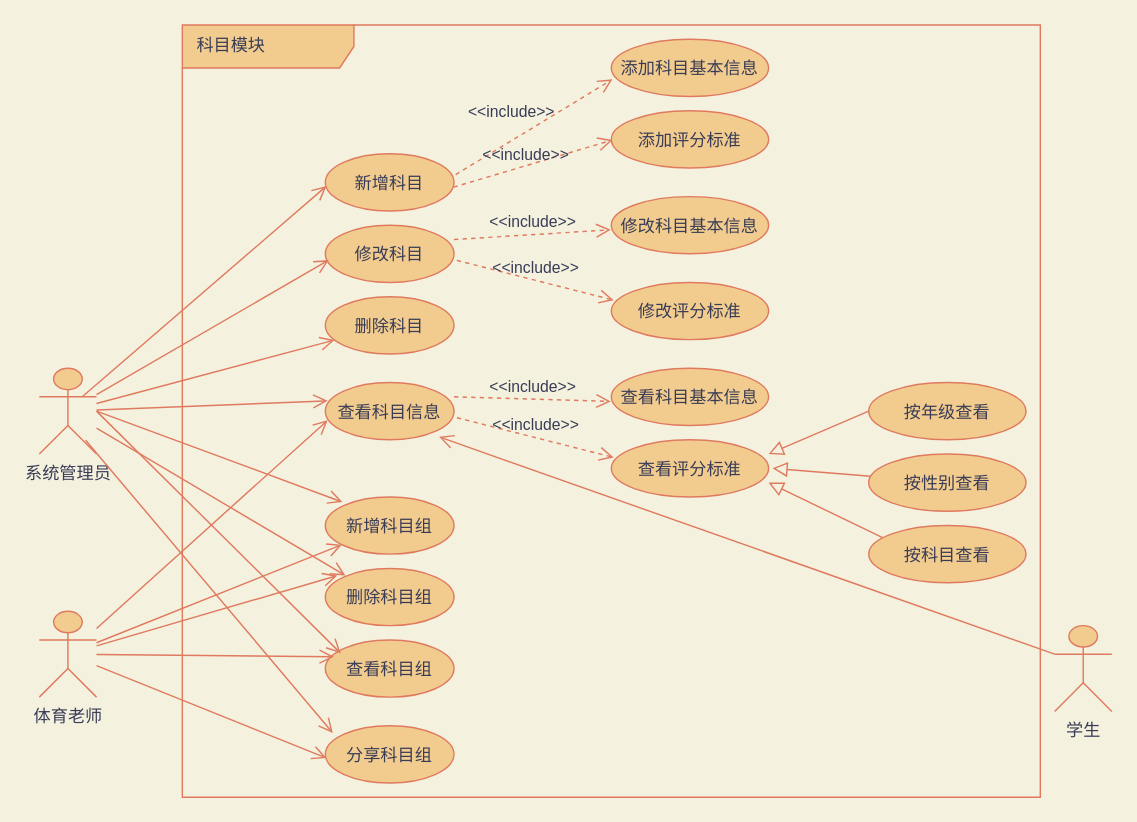
The draw.io diagram docs/img-raw/需求分析/科目模块用例图.drawio in rufeng-h/healthman, before the edit. Source tidied: cells renumbered, new cells numbered last; positions are measured from the earlier drawing's top-left corner, leaving out a move shared by most shapes. Both pictures are drawn from the tidied source at 143%, with x=0, y=0 at pixel (39, 24).
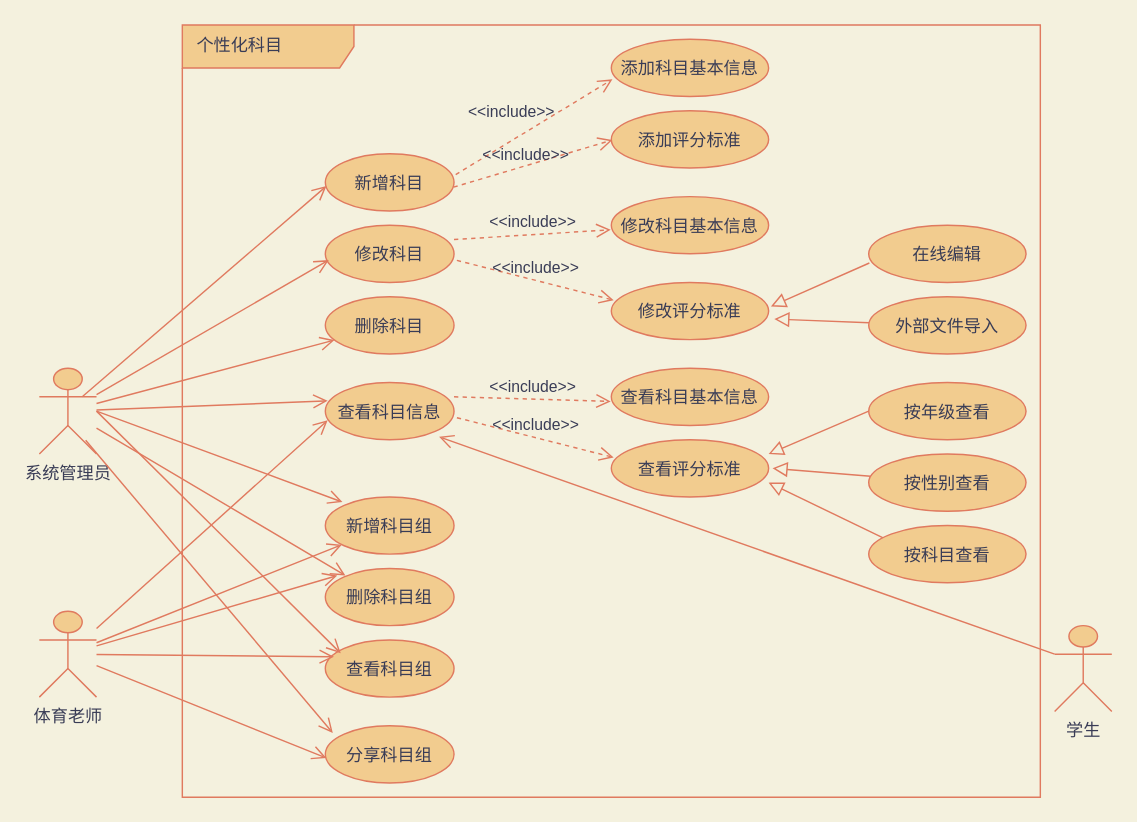
Above is the later version.

The change refers to these unchanged cells:
```xml
<mxCell id="14" value="修改评分标准" style="ellipse;fillColor=#F2CC8F;strokeColor=#E07A5F;fontColor=#393C56;" parent="1" vertex="1">
  <mxGeometry x="400" y="180" width="110" height="40" as="geometry" />
</mxCell>
```

Diff of the diagram source:
```diff
@@
-    <mxCell id="45" value="&amp;nbsp;科目模块" style="shape=umlFrame;whiteSpace=wrap;html=1;width=120;height=30;boundedLbl=1;verticalAlign=middle;align=left;spacingLeft=5;fillColor=#F2CC8F;strokeColor=#E07A5F;fontColor=#393C56;" parent="1" vertex="1">
+    <mxCell id="45" value="&amp;nbsp;个性化科目" style="shape=umlFrame;whiteSpace=wrap;html=1;width=120;height=30;boundedLbl=1;verticalAlign=middle;align=left;spacingLeft=5;fillColor=#F2CC8F;strokeColor=#E07A5F;fontColor=#393C56;" parent="1" vertex="1">
       <mxGeometry x="100" width="600" height="540" as="geometry" />
     </mxCell>
+    <mxCell id="46" value="在线编辑" style="ellipse;fillColor=#F2CC8F;strokeColor=#E07A5F;fontColor=#393C56;" parent="1" vertex="1">
+      <mxGeometry x="580" y="140" width="110" height="40" as="geometry" />
+    </mxCell>
+    <mxCell id="47" value="外部文件导入" style="ellipse;fillColor=#F2CC8F;strokeColor=#E07A5F;fontColor=#393C56;" parent="1" vertex="1">
+      <mxGeometry x="580" y="190" width="110" height="40" as="geometry" />
+    </mxCell>
+    <mxCell id="48" style="endArrow=block;startArrow=none;endFill=0;startFill=0;endSize=8;html=1;verticalAlign=bottom;labelBackgroundColor=none;rounded=0;exitX=0.004;exitY=0.66;exitDx=0;exitDy=0;exitPerimeter=0;strokeColor=#E07A5F;fontColor=#393C56;entryX=1.015;entryY=0.42;entryDx=0;entryDy=0;entryPerimeter=0;" parent="1" edge="1" source="46" target="14">
+      <mxGeometry relative="1" as="geometry" />
+    </mxCell>
+    <mxCell id="49" style="endArrow=block;startArrow=none;endFill=0;startFill=0;endSize=8;html=1;verticalAlign=bottom;labelBackgroundColor=none;rounded=0;strokeColor=#E07A5F;fontColor=#393C56;entryX=1.036;entryY=0.64;entryDx=0;entryDy=0;entryPerimeter=0;" parent="1" edge="1" source="47" target="14">
+      <mxGeometry relative="1" as="geometry" />
+    </mxCell>
```
